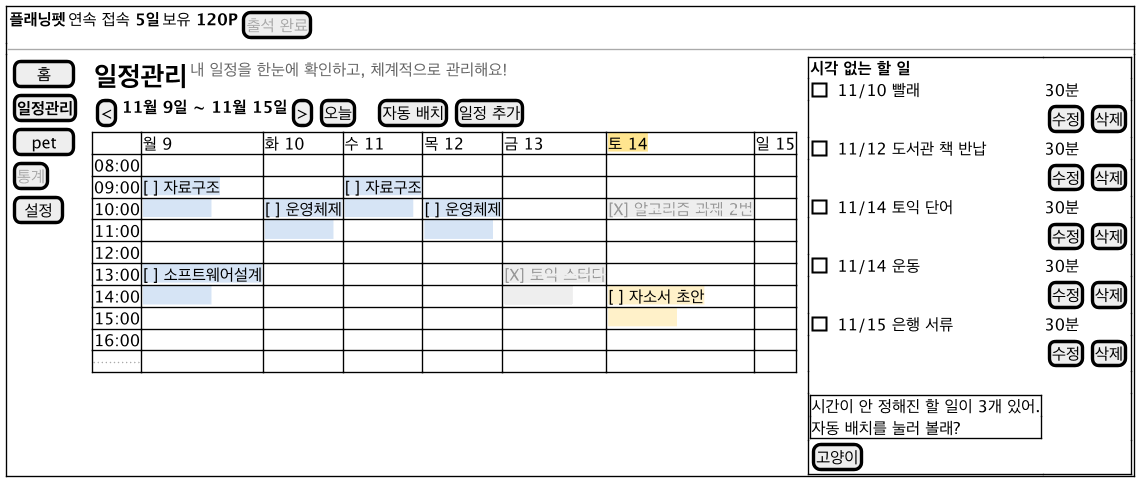
This is docs/diagrams/ui-schedule.png from 2026-2-software-system-design-11/planning-pet-app, a PlantUML export, as it was before one commit.
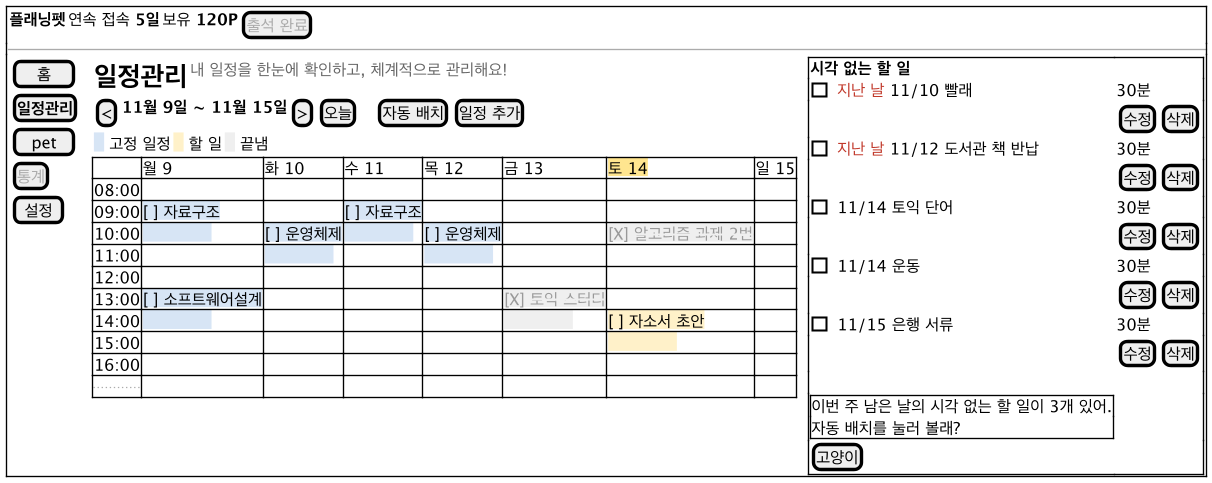
After the change.

The edit, as a diff of the source:
```diff
@@ -14,6 +14,7 @@
     {
       { <size:20><b>일정관리</b></size> | <color:#666666>내 일정을 한눈에 확인하고, 체계적으로 관리해요!</color> }
       { [<] | <b>11월 9일 ~ 11월 15일</b> | [>] | [오늘] | . | . | [자동 배치] | [일정 추가] }
+      { <back:#D6E4F5>  </back> 고정 일정 | <back:#FFF1C9>  </back> 할 일 | <back:#EEEEEE>  </back> 끝냄 }
       {#
         .     | 월 9 | 화 10 | 수 11 | 목 12 | 금 13 | <back:#FFE58F>토 14</back> | 일 15
         08:00 | . | . | . | . | . | . | .
@@ -30,9 +31,9 @@
     } | . |
     {+
       <b>시각 없는 할 일</b> | .
-      [ ] 11/10 빨래 | 30분
+      [ ] <color:#C0392B>지난 날</color> 11/10 빨래 | 30분
       . | { [수정] | [삭제] }
-      [ ] 11/12 도서관 책 반납 | 30분
+      [ ] <color:#C0392B>지난 날</color> 11/12 도서관 책 반납 | 30분
       . | { [수정] | [삭제] }
       [ ] 11/14 토익 단어 | 30분
       . | { [수정] | [삭제] }
@@ -41,7 +42,7 @@
       [ ] 11/15 은행 서류 | 30분
       . | { [수정] | [삭제] }
       . | .
-      {+ 시간이 안 정해진 할 일이 3개 있어.
+      {+ 이번 주 남은 날의 시각 없는 할 일이 3개 있어.
  자동 배치를 눌러 볼래? } | .
       [고양이] | .
     }
```
